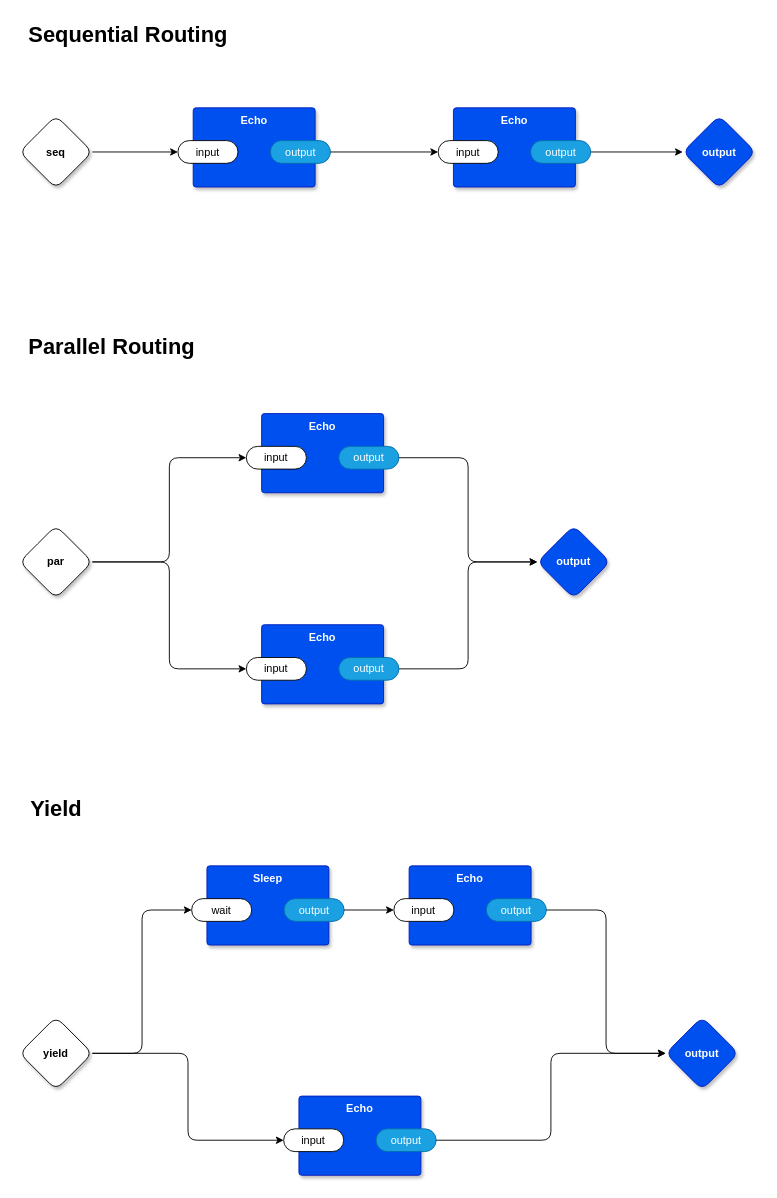
This is example.drawio from guitarvydas/odin0d, a draw.io file, before an edit. Source tidied: cells renumbered, new cells numbered last; positions are measured from the earlier drawing's top-left corner, leaving out a move shared by most shapes. Both pictures are drawn from the tidied source at 91%, with x=0, y=0 at pixel (19, 15).
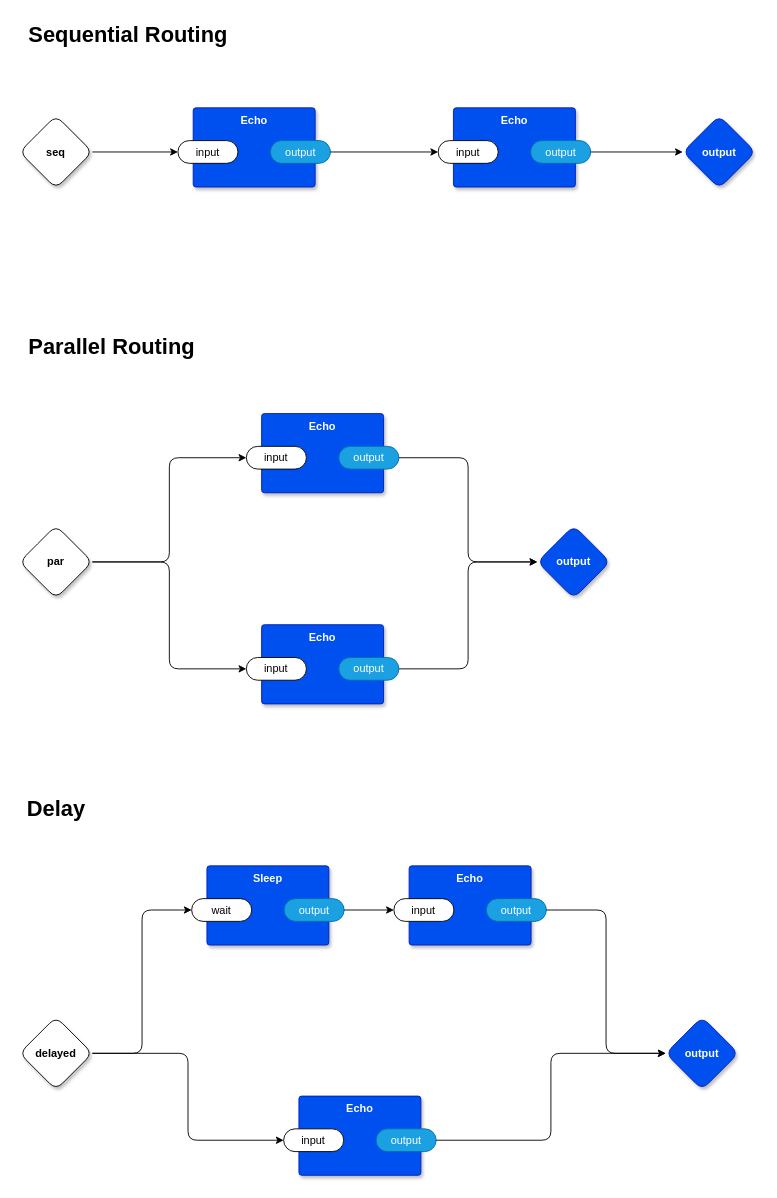
Above is the later version.

Commit message (it also covers changes not shown here):
output instead of stdout in demo_drawio

Diff of the diagram source:
```diff
@@
-    <mxCell id="29" value="yield" style="rhombus;whiteSpace=wrap;html=1;rounded=1;fontStyle=1;glass=0;sketch=0;fontSize=12;points=[[0,0.5,0,0,0],[0.5,0,0,0,0],[0.5,1,0,0,0],[1,0.5,0,0,0]];shadow=1;" parent="1" vertex="1">
+    <mxCell id="29" value="delayed" style="rhombus;whiteSpace=wrap;html=1;rounded=1;fontStyle=1;glass=0;sketch=0;fontSize=12;points=[[0,0.5,0,0,0],[0.5,0,0,0,0],[0.5,1,0,0,0],[1,0.5,0,0,0]];shadow=1;" parent="1" vertex="1">
       <mxGeometry y="1100" width="80" height="80" as="geometry" />
     </mxCell>
@@
-    <mxCell id="43" value="&lt;b&gt;&lt;font style=&quot;font-size: 24px;&quot;&gt;Yield&lt;/font&gt;&lt;/b&gt;" style="text;html=1;align=center;verticalAlign=middle;strokeColor=none;fillColor=none;" parent="1" vertex="1">
-      <mxGeometry x="3" y="851" width="74" height="41" as="geometry" />
+    <mxCell id="43" value="&lt;b&gt;&lt;font style=&quot;font-size: 24px;&quot;&gt;Delay&lt;/font&gt;&lt;/b&gt;" style="text;html=1;align=center;verticalAlign=middle;strokeColor=none;fillColor=none;" parent="1" vertex="1">
+      <mxGeometry x="-1" y="851" width="82" height="41" as="geometry" />
     </mxCell>
```
